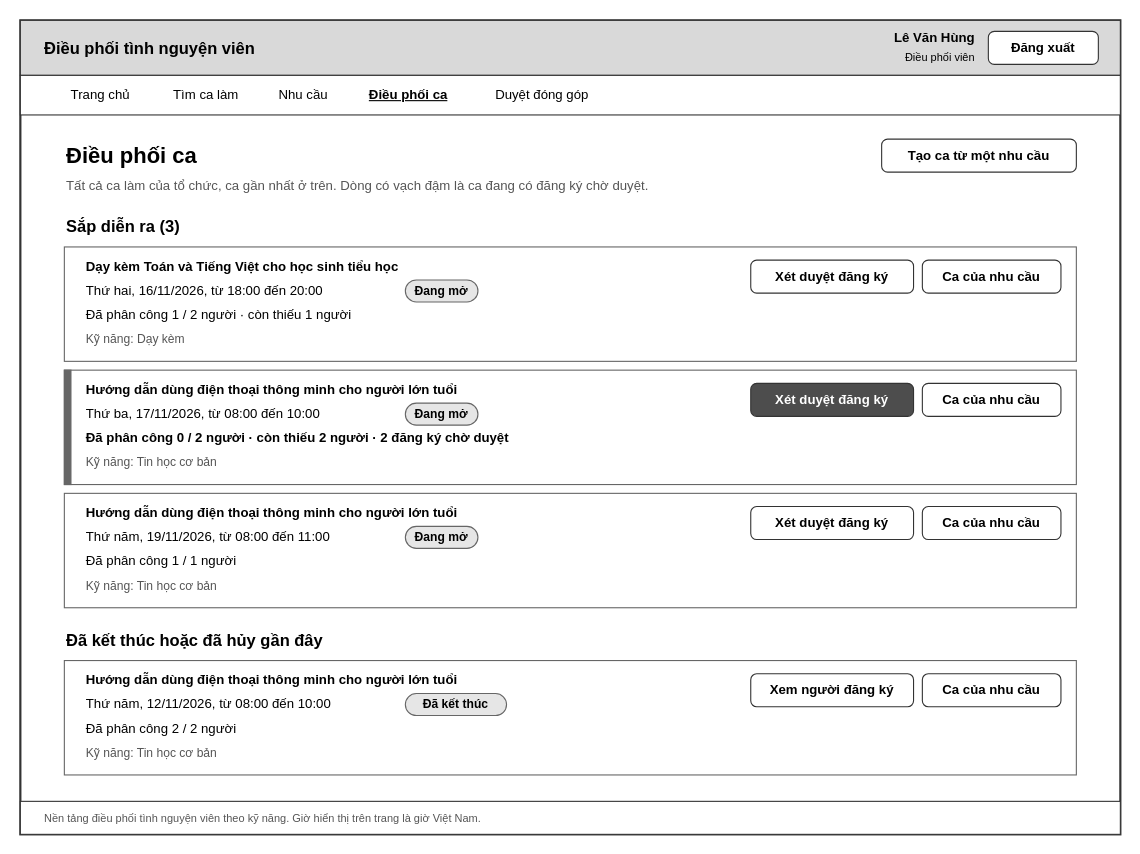
Earlier version of the draw.io diagram docs/giao_dien/drawio/M14_Dieu_phoi_ca.drawio (kanishere55/OOSD_NenTangDieuPhoi_TNV). Source tidied: cells renumbered, new cells numbered last; positions are measured from the earlier drawing's top-left corner, leaving out a move shared by most shapes. Both pictures are drawn from the tidied source at 110%, with x=0, y=0 at pixel (20, 20).
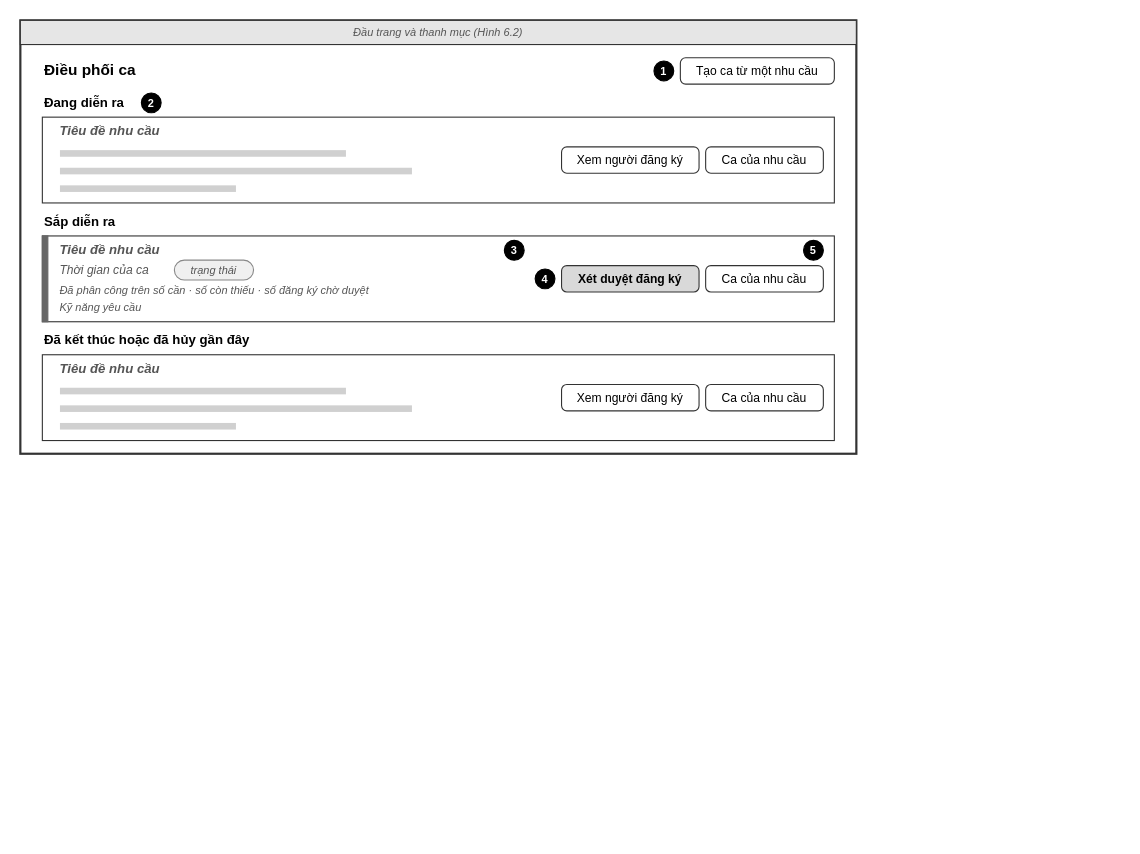
After the change.

Diff of the diagram source:
```diff
@@
     <mxCell id="2" style="rounded=0;whiteSpace=wrap;html=1;fillColor=#ffffff;strokeColor=#333333;strokeWidth=2;" parent="1" vertex="1">
-      <mxGeometry width="1000" height="740" as="geometry" />
+      <mxGeometry width="760" height="394" as="geometry" />
     </mxCell>
-    <mxCell id="3" style="rounded=0;whiteSpace=wrap;html=1;fillColor=#d9d9d9;strokeColor=#333333;" parent="1" vertex="1">
-      <mxGeometry width="1000" height="50" as="geometry" />
+    <mxCell id="3" value="Đầu trang và thanh mục (Hình 6.2)" style="rounded=0;whiteSpace=wrap;html=1;fillColor=#e6e6e6;strokeColor=#333333;fontSize=10;fontStyle=2;fontColor=#555555;" parent="1" vertex="1">
+      <mxGeometry width="760" height="22" as="geometry" />
     </mxCell>
-    <mxCell id="4" value="Điều phối tình nguyện viên" style="text;html=1;strokeColor=none;fillColor=none;align=left;verticalAlign=middle;whiteSpace=wrap;rounded=0;fontSize=15;fontStyle=1;fontColor=#000000;" parent="1" vertex="1">
-      <mxGeometry x="20" y="10" width="320" height="30" as="geometry" />
+    <mxCell id="4" value="Điều phối ca" style="text;html=1;strokeColor=none;fillColor=none;align=left;verticalAlign=middle;whiteSpace=wrap;rounded=0;fontSize=14;fontStyle=1;fontColor=#000000;" parent="1" vertex="1">
+      <mxGeometry x="20" y="34" width="400" height="22" as="geometry" />
     </mxCell>
-    <mxCell id="5" value="Lê Văn Hùng" style="text;html=1;strokeColor=none;fillColor=none;align=right;verticalAlign=middle;whiteSpace=wrap;rounded=0;fontSize=12;fontStyle=1;fontColor=#000000;" parent="1" vertex="1">
-      <mxGeometry x="670" y="6" width="200" height="20" as="geometry" />
+    <mxCell id="5" value="Tạo ca từ một nhu cầu" style="rounded=1;arcSize=20;whiteSpace=wrap;html=1;fontSize=11;strokeColor=#333333;fillColor=#ffffff;" parent="1" vertex="1">
+      <mxGeometry x="600" y="34" width="140" height="24" as="geometry" />
     </mxCell>
-    <mxCell id="6" value="Điều phối viên" style="text;html=1;strokeColor=none;fillColor=none;align=right;verticalAlign=middle;whiteSpace=wrap;rounded=0;fontSize=10;fontStyle=0;fontColor=#000000;" parent="1" vertex="1">
-      <mxGeometry x="670" y="24" width="200" height="18" as="geometry" />
+    <mxCell id="6" value="1" style="ellipse;whiteSpace=wrap;html=1;fillColor=#000000;strokeColor=#000000;fontColor=#ffffff;fontSize=10;fontStyle=1;" parent="1" vertex="1">
+      <mxGeometry x="576" y="37" width="18" height="18" as="geometry" />
     </mxCell>
-    <mxCell id="7" value="Đăng xuất" style="rounded=1;whiteSpace=wrap;html=1;arcSize=18;fontSize=12;fillColor=#ffffff;strokeColor=#333333;fontColor=#000000;fontStyle=1;" parent="1" vertex="1">
-      <mxGeometry x="880" y="10" width="100" height="30" as="geometry" />
+    <mxCell id="7" value="Đang diễn ra" style="text;html=1;strokeColor=none;fillColor=none;align=left;verticalAlign=middle;whiteSpace=wrap;rounded=0;fontSize=12;fontStyle=1;fontColor=#000000;" parent="1" vertex="1">
+      <mxGeometry x="20" y="66" width="500" height="18" as="geometry" />
     </mxCell>
-    <mxCell id="8" style="rounded=0;whiteSpace=wrap;html=1;fillColor=#ffffff;strokeColor=#333333;" parent="1" vertex="1">
-      <mxGeometry y="50" width="1000" height="36" as="geometry" />
+    <mxCell id="8" value="2" style="ellipse;whiteSpace=wrap;html=1;fillColor=#000000;strokeColor=#000000;fontColor=#ffffff;fontSize=10;fontStyle=1;" parent="1" vertex="1">
+      <mxGeometry x="110" y="66" width="18" height="18" as="geometry" />
     </mxCell>
-    <mxCell id="9" value="Trang chủ" style="text;html=1;strokeColor=none;fillColor=none;align=center;verticalAlign=middle;whiteSpace=wrap;rounded=0;fontSize=12;fontStyle=0;fontColor=#000000;" parent="1" vertex="1">
-      <mxGeometry x="30" y="56" width="86" height="24" as="geometry" />
+    <mxCell id="9" style="rounded=0;arcSize=8;whiteSpace=wrap;html=1;fillColor=#ffffff;strokeColor=#333333;" parent="1" vertex="1">
+      <mxGeometry x="20" y="88" width="720" height="78" as="geometry" />
     </mxCell>
-    <mxCell id="10" value="Tìm ca làm" style="text;html=1;strokeColor=none;fillColor=none;align=center;verticalAlign=middle;whiteSpace=wrap;rounded=0;fontSize=12;fontStyle=0;fontColor=#000000;" parent="1" vertex="1">
-      <mxGeometry x="122" y="56" width="94" height="24" as="geometry" />
+    <mxCell id="10" value="Tiêu đề nhu cầu" style="text;html=1;strokeColor=none;fillColor=none;align=left;verticalAlign=middle;whiteSpace=wrap;rounded=0;fontSize=12;fontStyle=3;fontColor=#555555;" parent="1" vertex="1">
+      <mxGeometry x="34" y="92" width="300" height="18" as="geometry" />
     </mxCell>
-    <mxCell id="11" value="Nhu cầu" style="text;html=1;strokeColor=none;fillColor=none;align=center;verticalAlign=middle;whiteSpace=wrap;rounded=0;fontSize=12;fontStyle=0;fontColor=#000000;" parent="1" vertex="1">
-      <mxGeometry x="222" y="56" width="71" height="24" as="geometry" />
+    <mxCell id="11" style="rounded=0;whiteSpace=wrap;html=1;fillColor=#d0d0d0;strokeColor=none;" parent="1" vertex="1">
+      <mxGeometry x="36" y="118" width="260" height="6" as="geometry" />
     </mxCell>
-    <mxCell id="12" value="Điều phối ca" style="text;html=1;strokeColor=none;fillColor=none;align=center;verticalAlign=middle;whiteSpace=wrap;rounded=0;fontSize=12;fontStyle=5;fontColor=#000000;" parent="1" vertex="1">
-      <mxGeometry x="299" y="56" width="108" height="24" as="geometry" />
+    <mxCell id="12" style="rounded=0;whiteSpace=wrap;html=1;fillColor=#d0d0d0;strokeColor=none;" parent="1" vertex="1">
+      <mxGeometry x="36" y="134" width="320" height="6" as="geometry" />
     </mxCell>
-    <mxCell id="13" value="Duyệt đóng góp" style="text;html=1;strokeColor=none;fillColor=none;align=center;verticalAlign=middle;whiteSpace=wrap;rounded=0;fontSize=12;fontStyle=0;fontColor=#000000;" parent="1" vertex="1">
-      <mxGeometry x="413" y="56" width="123" height="24" as="geometry" />
+    <mxCell id="13" style="rounded=0;whiteSpace=wrap;html=1;fillColor=#d0d0d0;strokeColor=none;" parent="1" vertex="1">
+      <mxGeometry x="36" y="150" width="160" height="6" as="geometry" />
     </mxCell>
-    <mxCell id="14" value="Tạo ca từ một nhu cầu" style="rounded=1;whiteSpace=wrap;html=1;arcSize=18;fontSize=12;fillColor=#ffffff;strokeColor=#333333;fontColor=#000000;fontStyle=1;" parent="1" vertex="1">
-      <mxGeometry x="783" y="108" width="177" height="30" as="geometry" />
+    <mxCell id="14" value="Ca của nhu cầu" style="rounded=1;arcSize=20;whiteSpace=wrap;html=1;fontSize=11;strokeColor=#333333;fillColor=#ffffff;" parent="1" vertex="1">
+      <mxGeometry x="623" y="115" width="107" height="24" as="geometry" />
     </mxCell>
-    <mxCell id="15" value="Điều phối ca" style="text;html=1;strokeColor=none;fillColor=none;align=left;verticalAlign=middle;whiteSpace=wrap;rounded=0;fontSize=20;fontStyle=1;fontColor=#000000;" parent="1" vertex="1">
-      <mxGeometry x="40" y="106" width="900" height="32" as="geometry" />
+    <mxCell id="15" value="Xem người đăng ký" style="rounded=1;arcSize=20;whiteSpace=wrap;html=1;fontSize=11;strokeColor=#333333;fillColor=#ffffff;" parent="1" vertex="1">
+      <mxGeometry x="492" y="115" width="125" height="24" as="geometry" />
     </mxCell>
-    <mxCell id="16" value="Tất cả ca làm của tổ chức, ca gần nhất ở trên. Dòng có vạch đậm là ca đang có đăng ký chờ duyệt." style="text;html=1;strokeColor=none;fillColor=none;align=left;verticalAlign=middle;whiteSpace=wrap;rounded=0;fontSize=12;fontStyle=0;fontColor=#555555;" parent="1" vertex="1">
-      <mxGeometry x="40" y="140" width="760" height="22" as="geometry" />
+    <mxCell id="16" value="Sắp diễn ra" style="text;html=1;strokeColor=none;fillColor=none;align=left;verticalAlign=middle;whiteSpace=wrap;rounded=0;fontSize=12;fontStyle=1;fontColor=#000000;" parent="1" vertex="1">
+      <mxGeometry x="20" y="174" width="500" height="18" as="geometry" />
     </mxCell>
-    <mxCell id="17" value="Sắp diễn ra (3)" style="text;html=1;strokeColor=none;fillColor=none;align=left;verticalAlign=middle;whiteSpace=wrap;rounded=0;fontSize=15;fontStyle=1;fontColor=#000000;" parent="1" vertex="1">
-      <mxGeometry x="40" y="174" width="900" height="26" as="geometry" />
+    <mxCell id="17" style="rounded=0;arcSize=8;whiteSpace=wrap;html=1;fillColor=#ffffff;strokeColor=#333333;" parent="1" vertex="1">
+      <mxGeometry x="20" y="196" width="720" height="78" as="geometry" />
     </mxCell>
-    <mxCell id="18" style="rounded=0;whiteSpace=wrap;html=1;fillColor=#ffffff;strokeColor=#666666;" parent="1" vertex="1">
-      <mxGeometry x="40" y="206" width="920" height="104" as="geometry" />
+    <mxCell id="18" style="rounded=0;arcSize=8;whiteSpace=wrap;html=1;fillColor=#666666;strokeColor=#666666;" parent="1" vertex="1">
+      <mxGeometry x="20" y="196" width="5" height="78" as="geometry" />
     </mxCell>
-    <mxCell id="19" value="Dạy kèm Toán và Tiếng Việt cho học sinh tiểu học" style="text;html=1;strokeColor=none;fillColor=none;align=left;verticalAlign=middle;whiteSpace=wrap;rounded=0;fontSize=12;fontStyle=1;fontColor=#000000;" parent="1" vertex="1">
-      <mxGeometry x="58" y="214" width="560" height="20" as="geometry" />
+    <mxCell id="19" value="Tiêu đề nhu cầu" style="text;html=1;strokeColor=none;fillColor=none;align=left;verticalAlign=middle;whiteSpace=wrap;rounded=0;fontSize=12;fontStyle=3;fontColor=#555555;" parent="1" vertex="1">
+      <mxGeometry x="34" y="200" width="300" height="18" as="geometry" />
     </mxCell>
-    <mxCell id="20" value="Thứ hai, 16/11/2026, từ 18:00 đến 20:00" style="text;html=1;strokeColor=none;fillColor=none;align=left;verticalAlign=middle;whiteSpace=wrap;rounded=0;fontSize=12;fontStyle=0;fontColor=#000000;" parent="1" vertex="1">
-      <mxGeometry x="58" y="236" width="300" height="20" as="geometry" />
+    <mxCell id="20" value="Thời gian của ca" style="text;html=1;strokeColor=none;fillColor=none;align=left;verticalAlign=middle;whiteSpace=wrap;rounded=0;fontSize=11;fontStyle=2;fontColor=#555555;" parent="1" vertex="1">
+      <mxGeometry x="34" y="218" width="150" height="18" as="geometry" />
     </mxCell>
-    <mxCell id="21" value="Đang mở" style="rounded=1;whiteSpace=wrap;html=1;arcSize=50;fontSize=11;fontStyle=1;fillColor=#e6e6e6;strokeColor=#666666;" parent="1" vertex="1">
-      <mxGeometry x="350" y="236" width="66" height="20" as="geometry" />
+    <mxCell id="21" value="trạng thái" style="rounded=1;arcSize=50;whiteSpace=wrap;html=1;fontSize=10;fontStyle=2;fontColor=#555555;fillColor=#f0f0f0;strokeColor=#888888;" parent="1" vertex="1">
+      <mxGeometry x="140" y="218" width="72" height="18" as="geometry" />
     </mxCell>
-    <mxCell id="22" value="Đã phân công 1 / 2 người · còn thiếu 1 người" style="text;html=1;strokeColor=none;fillColor=none;align=left;verticalAlign=middle;whiteSpace=wrap;rounded=0;fontSize=12;fontStyle=0;fontColor=#000000;" parent="1" vertex="1">
-      <mxGeometry x="58" y="258" width="600" height="20" as="geometry" />
+    <mxCell id="22" value="Đã phân công trên số cần · số còn thiếu · số đăng ký chờ duyệt" style="text;html=1;strokeColor=none;fillColor=none;align=left;verticalAlign=middle;whiteSpace=wrap;rounded=0;fontSize=10;fontStyle=2;fontColor=#555555;" parent="1" vertex="1">
+      <mxGeometry x="34" y="236" width="400" height="18" as="geometry" />
     </mxCell>
-    <mxCell id="23" value="Kỹ năng: Dạy kèm" style="text;html=1;strokeColor=none;fillColor=none;align=left;verticalAlign=middle;whiteSpace=wrap;rounded=0;fontSize=11;fontStyle=0;fontColor=#555555;" parent="1" vertex="1">
-      <mxGeometry x="58" y="280" width="600" height="20" as="geometry" />
+    <mxCell id="23" value="Kỹ năng yêu cầu" style="text;html=1;strokeColor=none;fillColor=none;align=left;verticalAlign=middle;whiteSpace=wrap;rounded=0;fontSize=10;fontStyle=2;fontColor=#555555;" parent="1" vertex="1">
+      <mxGeometry x="34" y="253" width="300" height="16" as="geometry" />
     </mxCell>
-    <mxCell id="24" value="Ca của nhu cầu" style="rounded=1;whiteSpace=wrap;html=1;arcSize=18;fontSize=12;fillColor=#ffffff;strokeColor=#333333;fontColor=#000000;fontStyle=1;" parent="1" vertex="1">
-      <mxGeometry x="820" y="218" width="126" height="30" as="geometry" />
+    <mxCell id="24" value="Ca của nhu cầu" style="rounded=1;arcSize=20;whiteSpace=wrap;html=1;fontSize=11;strokeColor=#333333;fillColor=#ffffff;" parent="1" vertex="1">
+      <mxGeometry x="623" y="223" width="107" height="24" as="geometry" />
     </mxCell>
-    <mxCell id="25" value="Xét duyệt đăng ký" style="rounded=1;whiteSpace=wrap;html=1;arcSize=18;fontSize=12;fillColor=#ffffff;strokeColor=#333333;fontColor=#000000;fontStyle=1;" parent="1" vertex="1">
-      <mxGeometry x="664" y="218" width="148" height="30" as="geometry" />
+    <mxCell id="25" value="Xét duyệt đăng ký" style="rounded=1;arcSize=20;whiteSpace=wrap;html=1;fontSize=11;strokeColor=#333333;fillColor=#d9d9d9;fontStyle=1;" parent="1" vertex="1">
+      <mxGeometry x="492" y="223" width="125" height="24" as="geometry" />
     </mxCell>
-    <mxCell id="26" style="rounded=0;whiteSpace=wrap;html=1;fillColor=#ffffff;strokeColor=#666666;" parent="1" vertex="1">
-      <mxGeometry x="40" y="318" width="920" height="104" as="geometry" />
+    <mxCell id="26" value="3" style="ellipse;whiteSpace=wrap;html=1;fillColor=#000000;strokeColor=#000000;fontColor=#ffffff;fontSize=10;fontStyle=1;" parent="1" vertex="1">
+      <mxGeometry x="440" y="200" width="18" height="18" as="geometry" />
     </mxCell>
-    <mxCell id="27" style="rounded=0;whiteSpace=wrap;html=1;fillColor=#666666;strokeColor=#666666;" parent="1" vertex="1">
-      <mxGeometry x="40" y="318" width="6" height="104" as="geometry" />
+    <mxCell id="27" value="4" style="ellipse;whiteSpace=wrap;html=1;fillColor=#000000;strokeColor=#000000;fontColor=#ffffff;fontSize=10;fontStyle=1;" parent="1" vertex="1">
+      <mxGeometry x="468" y="226" width="18" height="18" as="geometry" />
     </mxCell>
-    <mxCell id="28" value="Hướng dẫn dùng điện thoại thông minh cho người lớn tuổi" style="text;html=1;strokeColor=none;fillColor=none;align=left;verticalAlign=middle;whiteSpace=wrap;rounded=0;fontSize=12;fontStyle=1;fontColor=#000000;" parent="1" vertex="1">
-      <mxGeometry x="58" y="326" width="560" height="20" as="geometry" />
+    <mxCell id="28" value="5" style="ellipse;whiteSpace=wrap;html=1;fillColor=#000000;strokeColor=#000000;fontColor=#ffffff;fontSize=10;fontStyle=1;" parent="1" vertex="1">
+      <mxGeometry x="712" y="200" width="18" height="18" as="geometry" />
     </mxCell>
-    <mxCell id="29" value="Thứ ba, 17/11/2026, từ 08:00 đến 10:00" style="text;html=1;strokeColor=none;fillColor=none;align=left;verticalAlign=middle;whiteSpace=wrap;rounded=0;fontSize=12;fontStyle=0;fontColor=#000000;" parent="1" vertex="1">
-      <mxGeometry x="58" y="348" width="300" height="20" as="geometry" />
+    <mxCell id="29" value="Đã kết thúc hoặc đã hủy gần đây" style="text;html=1;strokeColor=none;fillColor=none;align=left;verticalAlign=middle;whiteSpace=wrap;rounded=0;fontSize=12;fontStyle=1;fontColor=#000000;" parent="1" vertex="1">
+      <mxGeometry x="20" y="282" width="500" height="18" as="geometry" />
     </mxCell>
-    <mxCell id="30" value="Đang mở" style="rounded=1;whiteSpace=wrap;html=1;arcSize=50;fontSize=11;fontStyle=1;fillColor=#e6e6e6;strokeColor=#666666;" parent="1" vertex="1">
-      <mxGeometry x="350" y="348" width="66" height="20" as="geometry" />
+    <mxCell id="30" style="rounded=0;arcSize=8;whiteSpace=wrap;html=1;fillColor=#ffffff;strokeColor=#333333;" parent="1" vertex="1">
+      <mxGeometry x="20" y="304" width="720" height="78" as="geometry" />
     </mxCell>
-    <mxCell id="31" value="Đã phân công 0 / 2 người · còn thiếu 2 người · 2 đăng ký chờ duyệt" style="text;html=1;strokeColor=none;fillColor=none;align=left;verticalAlign=middle;whiteSpace=wrap;rounded=0;fontSize=12;fontStyle=1;fontColor=#000000;" parent="1" vertex="1">
-      <mxGeometry x="58" y="370" width="600" height="20" as="geometry" />
+    <mxCell id="31" value="Tiêu đề nhu cầu" style="text;html=1;strokeColor=none;fillColor=none;align=left;verticalAlign=middle;whiteSpace=wrap;rounded=0;fontSize=12;fontStyle=3;fontColor=#555555;" parent="1" vertex="1">
+      <mxGeometry x="34" y="308" width="300" height="18" as="geometry" />
     </mxCell>
-    <mxCell id="32" value="Kỹ năng: Tin học cơ bản" style="text;html=1;strokeColor=none;fillColor=none;align=left;verticalAlign=middle;whiteSpace=wrap;rounded=0;fontSize=11;fontStyle=0;fontColor=#555555;" parent="1" vertex="1">
-      <mxGeometry x="58" y="392" width="600" height="20" as="geometry" />
+    <mxCell id="32" style="rounded=0;whiteSpace=wrap;html=1;fillColor=#d0d0d0;strokeColor=none;" parent="1" vertex="1">
+      <mxGeometry x="36" y="334" width="260" height="6" as="geometry" />
     </mxCell>
-    <mxCell id="33" value="Ca của nhu cầu" style="rounded=1;whiteSpace=wrap;html=1;arcSize=18;fontSize=12;fillColor=#ffffff;strokeColor=#333333;fontColor=#000000;fontStyle=1;" parent="1" vertex="1">
-      <mxGeometry x="820" y="330" width="126" height="30" as="geometry" />
+    <mxCell id="33" style="rounded=0;whiteSpace=wrap;html=1;fillColor=#d0d0d0;strokeColor=none;" parent="1" vertex="1">
+      <mxGeometry x="36" y="350" width="320" height="6" as="geometry" />
     </mxCell>
-    <mxCell id="34" value="Xét duyệt đăng ký" style="rounded=1;whiteSpace=wrap;html=1;arcSize=18;fontSize=12;fillColor=#4d4d4d;strokeColor=#333333;fontColor=#ffffff;fontStyle=1;" parent="1" vertex="1">
-      <mxGeometry x="664" y="330" width="148" height="30" as="geometry" />
+    <mxCell id="34" style="rounded=0;whiteSpace=wrap;html=1;fillColor=#d0d0d0;strokeColor=none;" parent="1" vertex="1">
+      <mxGeometry x="36" y="366" width="160" height="6" as="geometry" />
     </mxCell>
-    <mxCell id="35" style="rounded=0;whiteSpace=wrap;html=1;fillColor=#ffffff;strokeColor=#666666;" parent="1" vertex="1">
-      <mxGeometry x="40" y="430" width="920" height="104" as="geometry" />
+    <mxCell id="35" value="Ca của nhu cầu" style="rounded=1;arcSize=20;whiteSpace=wrap;html=1;fontSize=11;strokeColor=#333333;fillColor=#ffffff;" parent="1" vertex="1">
+      <mxGeometry x="623" y="331" width="107" height="24" as="geometry" />
     </mxCell>
-    <mxCell id="36" value="Hướng dẫn dùng điện thoại thông minh cho người lớn tuổi" style="text;html=1;strokeColor=none;fillColor=none;align=left;verticalAlign=middle;whiteSpace=wrap;rounded=0;fontSize=12;fontStyle=1;fontColor=#000000;" parent="1" vertex="1">
-      <mxGeometry x="58" y="438" width="560" height="20" as="geometry" />
+    <mxCell id="36" value="Xem người đăng ký" style="rounded=1;arcSize=20;whiteSpace=wrap;html=1;fontSize=11;strokeColor=#333333;fillColor=#ffffff;" parent="1" vertex="1">
+      <mxGeometry x="492" y="331" width="125" height="24" as="geometry" />
     </mxCell>
-    <mxCell id="37" value="Thứ năm, 19/11/2026, từ 08:00 đến 11:00" style="text;html=1;strokeColor=none;fillColor=none;align=left;verticalAlign=middle;whiteSpace=wrap;rounded=0;fontSize=12;fontStyle=0;fontColor=#000000;" parent="1" vertex="1">
-      <mxGeometry x="58" y="460" width="300" height="20" as="geometry" />
-    </mxCell>
-    <mxCell id="38" value="Đang mở" style="rounded=1;whiteSpace=wrap;html=1;arcSize=50;fontSize=11;fontStyle=1;fillColor=#e6e6e6;strokeColor=#666666;" parent="1" vertex="1">
-      <mxGeometry x="350" y="460" width="66" height="20" as="geometry" />
-    </mxCell>
-    <mxCell id="39" value="Đã phân công 1 / 1 người" style="text;html=1;strokeColor=none;fillColor=none;align=left;verticalAlign=middle;whiteSpace=wrap;rounded=0;fontSize=12;fontStyle=0;fontColor=#000000;" parent="1" vertex="1">
-      <mxGeometry x="58" y="482" width="600" height="20" as="geometry" />
-    </mxCell>
-    <mxCell id="40" value="Kỹ năng: Tin học cơ bản" style="text;html=1;strokeColor=none;fillColor=none;align=left;verticalAlign=middle;whiteSpace=wrap;rounded=0;fontSize=11;fontStyle=0;fontColor=#555555;" parent="1" vertex="1">
-      <mxGeometry x="58" y="504" width="600" height="20" as="geometry" />
-    </mxCell>
-    <mxCell id="41" value="Ca của nhu cầu" style="rounded=1;whiteSpace=wrap;html=1;arcSize=18;fontSize=12;fillColor=#ffffff;strokeColor=#333333;fontColor=#000000;fontStyle=1;" parent="1" vertex="1">
-      <mxGeometry x="820" y="442" width="126" height="30" as="geometry" />
-    </mxCell>
-    <mxCell id="42" value="Xét duyệt đăng ký" style="rounded=1;whiteSpace=wrap;html=1;arcSize=18;fontSize=12;fillColor=#ffffff;strokeColor=#333333;fontColor=#000000;fontStyle=1;" parent="1" vertex="1">
-      <mxGeometry x="664" y="442" width="148" height="30" as="geometry" />
-    </mxCell>
-    <mxCell id="43" value="Đã kết thúc hoặc đã hủy gần đây" style="text;html=1;strokeColor=none;fillColor=none;align=left;verticalAlign=middle;whiteSpace=wrap;rounded=0;fontSize=15;fontStyle=1;fontColor=#000000;" parent="1" vertex="1">
-      <mxGeometry x="40" y="550" width="900" height="26" as="geometry" />
-    </mxCell>
-    <mxCell id="44" style="rounded=0;whiteSpace=wrap;html=1;fillColor=#ffffff;strokeColor=#666666;" parent="1" vertex="1">
-      <mxGeometry x="40" y="582" width="920" height="104" as="geometry" />
-    </mxCell>
-    <mxCell id="45" value="Hướng dẫn dùng điện thoại thông minh cho người lớn tuổi" style="text;html=1;strokeColor=none;fillColor=none;align=left;verticalAlign=middle;whiteSpace=wrap;rounded=0;fontSize=12;fontStyle=1;fontColor=#000000;" parent="1" vertex="1">
-      <mxGeometry x="58" y="590" width="560" height="20" as="geometry" />
-    </mxCell>
-    <mxCell id="46" value="Thứ năm, 12/11/2026, từ 08:00 đến 10:00" style="text;html=1;strokeColor=none;fillColor=none;align=left;verticalAlign=middle;whiteSpace=wrap;rounded=0;fontSize=12;fontStyle=0;fontColor=#000000;" parent="1" vertex="1">
-      <mxGeometry x="58" y="612" width="300" height="20" as="geometry" />
-    </mxCell>
-    <mxCell id="47" value="Đã kết thúc" style="rounded=1;whiteSpace=wrap;html=1;arcSize=50;fontSize=11;fontStyle=1;fillColor=#e6e6e6;strokeColor=#666666;" parent="1" vertex="1">
-      <mxGeometry x="350" y="612" width="92" height="20" as="geometry" />
-    </mxCell>
-    <mxCell id="48" value="Đã phân công 2 / 2 người" style="text;html=1;strokeColor=none;fillColor=none;align=left;verticalAlign=middle;whiteSpace=wrap;rounded=0;fontSize=12;fontStyle=0;fontColor=#000000;" parent="1" vertex="1">
-      <mxGeometry x="58" y="634" width="600" height="20" as="geometry" />
-    </mxCell>
-    <mxCell id="49" value="Kỹ năng: Tin học cơ bản" style="text;html=1;strokeColor=none;fillColor=none;align=left;verticalAlign=middle;whiteSpace=wrap;rounded=0;fontSize=11;fontStyle=0;fontColor=#555555;" parent="1" vertex="1">
-      <mxGeometry x="58" y="656" width="600" height="20" as="geometry" />
-    </mxCell>
-    <mxCell id="50" value="Ca của nhu cầu" style="rounded=1;whiteSpace=wrap;html=1;arcSize=18;fontSize=12;fillColor=#ffffff;strokeColor=#333333;fontColor=#000000;fontStyle=1;" parent="1" vertex="1">
-      <mxGeometry x="820" y="594" width="126" height="30" as="geometry" />
-    </mxCell>
-    <mxCell id="51" value="Xem người đăng ký" style="rounded=1;whiteSpace=wrap;html=1;arcSize=18;fontSize=12;fillColor=#ffffff;strokeColor=#333333;fontColor=#000000;fontStyle=1;" parent="1" vertex="1">
-      <mxGeometry x="664" y="594" width="148" height="30" as="geometry" />
-    </mxCell>
-    <mxCell id="52" style="rounded=0;whiteSpace=wrap;html=1;fillColor=#ffffff;strokeColor=#333333;" parent="1" vertex="1">
-      <mxGeometry y="710" width="1000" height="30" as="geometry" />
-    </mxCell>
-    <mxCell id="53" value="Nền tảng điều phối tình nguyện viên theo kỹ năng. Giờ hiển thị trên trang là giờ Việt Nam." style="text;html=1;strokeColor=none;fillColor=none;align=left;verticalAlign=middle;whiteSpace=wrap;rounded=0;fontSize=10;fontStyle=0;fontColor=#555555;" parent="1" vertex="1">
-      <mxGeometry x="20" y="714" width="700" height="22" as="geometry" />
-    </mxCell>
```
